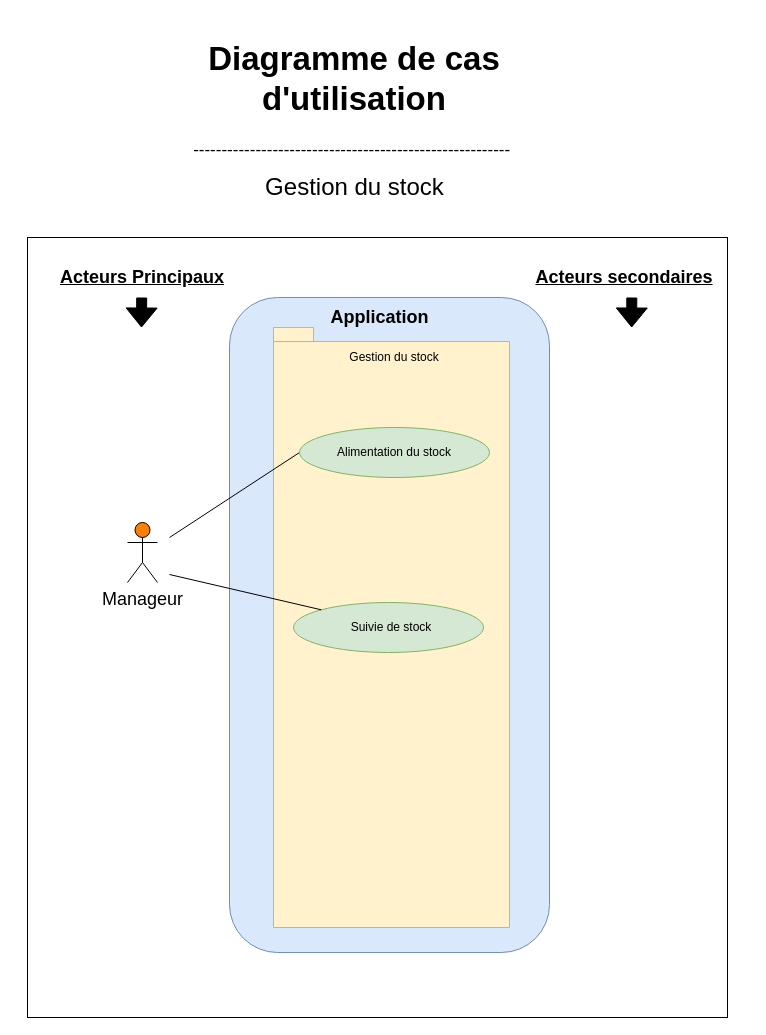
Earlier version of the draw.io diagram page "Gestion du stock" (4 of 5) of Use case Diagram.drawio (Maayaavi/OC_Project_4). Source tidied: cells renumbered, new cells numbered last; positions are measured from the earlier drawing's top-left corner, leaving out a move shared by most shapes. Both pictures are drawn from the tidied source at 100%, with x=0, y=0 at pixel (17, 27).
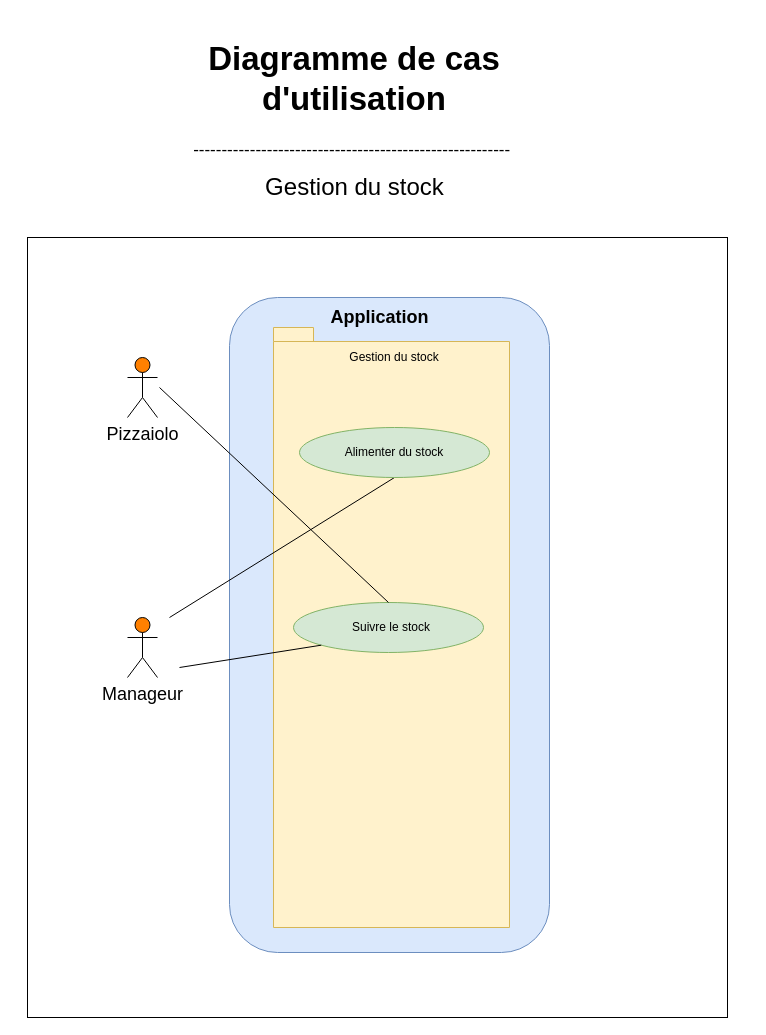
The same diagram, later.

Unchanged cells that the change refers to:
```xml
<mxCell id="14" style="ellipse;whiteSpace=wrap;html=1;fillColor=#d5e8d4;strokeColor=#82b366;" parent="1" vertex="1">
  <mxGeometry x="282" y="400" width="190" height="50" as="geometry" />
</mxCell>
<mxCell id="16" style="ellipse;whiteSpace=wrap;html=1;fillColor=#d5e8d4;strokeColor=#82b366;" parent="1" vertex="1">
  <mxGeometry x="276" y="575" width="190" height="50" as="geometry" />
</mxCell>
```

Diff of the diagram source:
```diff
@@
     <mxCell id="6" value="Manageur" style="shape=umlActor;verticalLabelPosition=bottom;labelBackgroundColor=#ffffff;verticalAlign=top;html=1;fontSize=18;fillColor=#FF8000;" parent="1" vertex="1">
-      <mxGeometry x="110" y="495" width="30" height="60" as="geometry" />
+      <mxGeometry x="110" y="590" width="30" height="60" as="geometry" />
     </mxCell>
-    <mxCell id="7" value="Acteurs Principaux" style="text;html=1;strokeColor=none;fillColor=none;align=center;verticalAlign=middle;whiteSpace=wrap;rounded=0;glass=0;fontSize=18;fontStyle=5;" parent="1" vertex="1">
-      <mxGeometry y="240" width="250" height="20" as="geometry" />
-    </mxCell>
-    <mxCell id="8" value="Acteurs secondaires" style="text;html=1;strokeColor=none;fillColor=none;align=center;verticalAlign=middle;whiteSpace=wrap;rounded=0;glass=0;fontSize=18;fontStyle=5;" parent="1" vertex="1">
-      <mxGeometry x="482" y="240" width="250" height="20" as="geometry" />
-    </mxCell>
-    <mxCell id="9" style="shape=flexArrow;endArrow=classic;html=1;strokeColor=#000000;fontSize=18;fillColor=#000000;" parent="1" edge="1">
-      <mxGeometry relative="1" as="geometry">
-        <mxPoint x="124.2" y="270" as="sourcePoint" />
-        <mxPoint x="124" y="300" as="targetPoint" />
-      </mxGeometry>
-    </mxCell>
-    <mxCell id="10" style="shape=flexArrow;endArrow=classic;html=1;strokeColor=#000000;fontSize=18;fillColor=#000000;" parent="1" edge="1">
-      <mxGeometry relative="1" as="geometry">
-        <mxPoint x="614.3" y="270" as="sourcePoint" />
-        <mxPoint x="614.2" y="300" as="targetPoint" />
-      </mxGeometry>
-    </mxCell>
@@
-    <mxCell id="12" style="endArrow=none;html=1;entryX=0;entryY=0.5;entryDx=0;entryDy=0;" parent="1" edge="1" target="14">
+    <mxCell id="12" style="endArrow=none;html=1;entryX=0.5;entryY=1;entryDx=0;entryDy=0;" parent="1" edge="1" target="14">
       <mxGeometry relative="1" as="geometry">
-        <mxPoint x="152" y="510" as="sourcePoint" />
+        <mxPoint x="152" y="590" as="sourcePoint" />
       </mxGeometry>
     </mxCell>
@@
-    <mxCell id="15" value="Alimentation du stock" style="text;html=1;strokeColor=none;fillColor=none;align=center;verticalAlign=middle;whiteSpace=wrap;rounded=0;" parent="1" vertex="1">
+    <mxCell id="15" value="Alimenter du stock" style="text;html=1;strokeColor=none;fillColor=none;align=center;verticalAlign=middle;whiteSpace=wrap;rounded=0;" parent="1" vertex="1">
       <mxGeometry x="272" y="415" width="210" height="20" as="geometry" />
     </mxCell>
@@
-    <mxCell id="17" value="Suivie de stock" style="text;html=1;strokeColor=none;fillColor=none;align=center;verticalAlign=middle;whiteSpace=wrap;rounded=0;" parent="1" vertex="1">
+    <mxCell id="17" value="Suivre le stock" style="text;html=1;strokeColor=none;fillColor=none;align=center;verticalAlign=middle;whiteSpace=wrap;rounded=0;" parent="1" vertex="1">
       <mxGeometry x="269" y="590" width="210" height="20" as="geometry" />
     </mxCell>
@@
-    <mxCell id="19" style="endArrow=none;html=1;entryX=0;entryY=0;entryDx=0;entryDy=0;" parent="1" edge="1" target="16">
+    <mxCell id="19" style="endArrow=none;html=1;entryX=0;entryY=1;entryDx=0;entryDy=0;" parent="1" edge="1" target="16">
       <mxGeometry relative="1" as="geometry">
-        <mxPoint x="152" y="547" as="sourcePoint" />
+        <mxPoint x="162" y="640" as="sourcePoint" />
       </mxGeometry>
     </mxCell>
+    <mxCell id="20" value="Pizzaiolo" style="shape=umlActor;verticalLabelPosition=bottom;labelBackgroundColor=#ffffff;verticalAlign=top;html=1;fontSize=18;fillColor=#FF8000;" parent="1" vertex="1">
+      <mxGeometry x="110" y="330" width="30" height="60" as="geometry" />
+    </mxCell>
+    <mxCell id="21" style="endArrow=none;html=1;entryX=0.5;entryY=0;entryDx=0;entryDy=0;" parent="1" edge="1" target="16">
+      <mxGeometry relative="1" as="geometry">
+        <mxPoint x="142" y="360" as="sourcePoint" />
+      </mxGeometry>
+    </mxCell>
```
